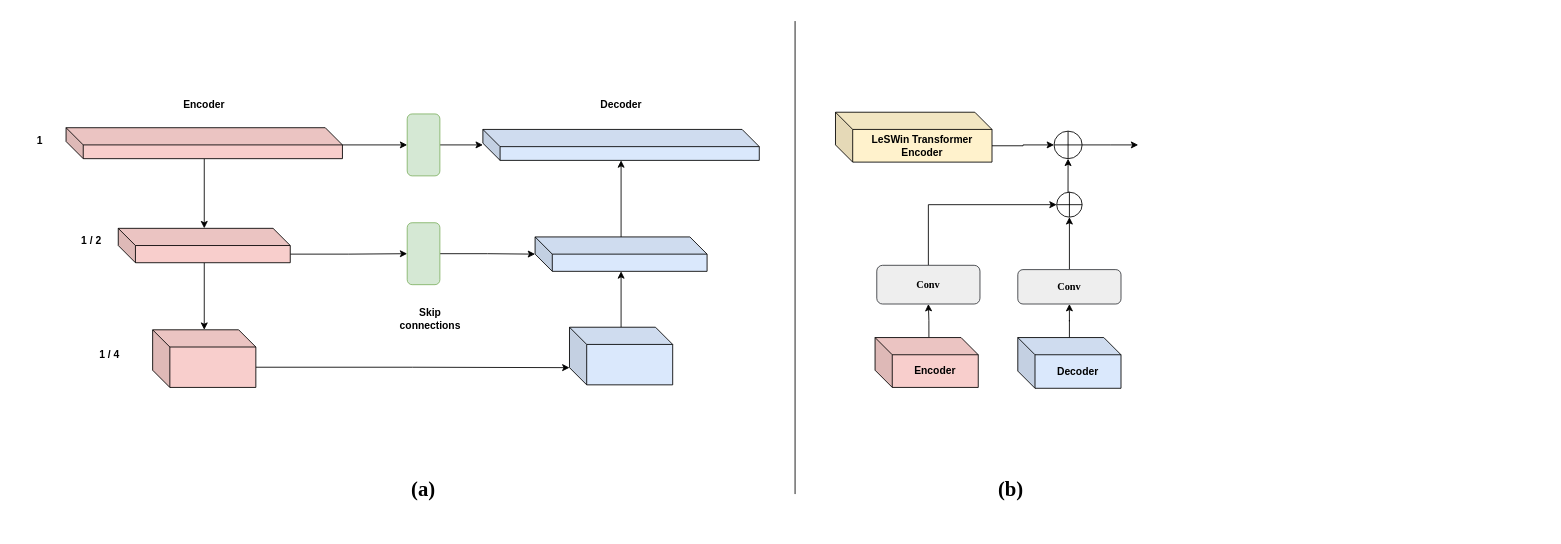
Earlier version of the draw.io diagram Supersive.drawio (user815886724/Drawio). Source tidied: cells renumbered, new cells numbered last; positions are measured from the earlier drawing's top-left corner, leaving out a move shared by most shapes. Both pictures are drawn from the tidied source at 86%, with x=0, y=0 at pixel (14, 21).
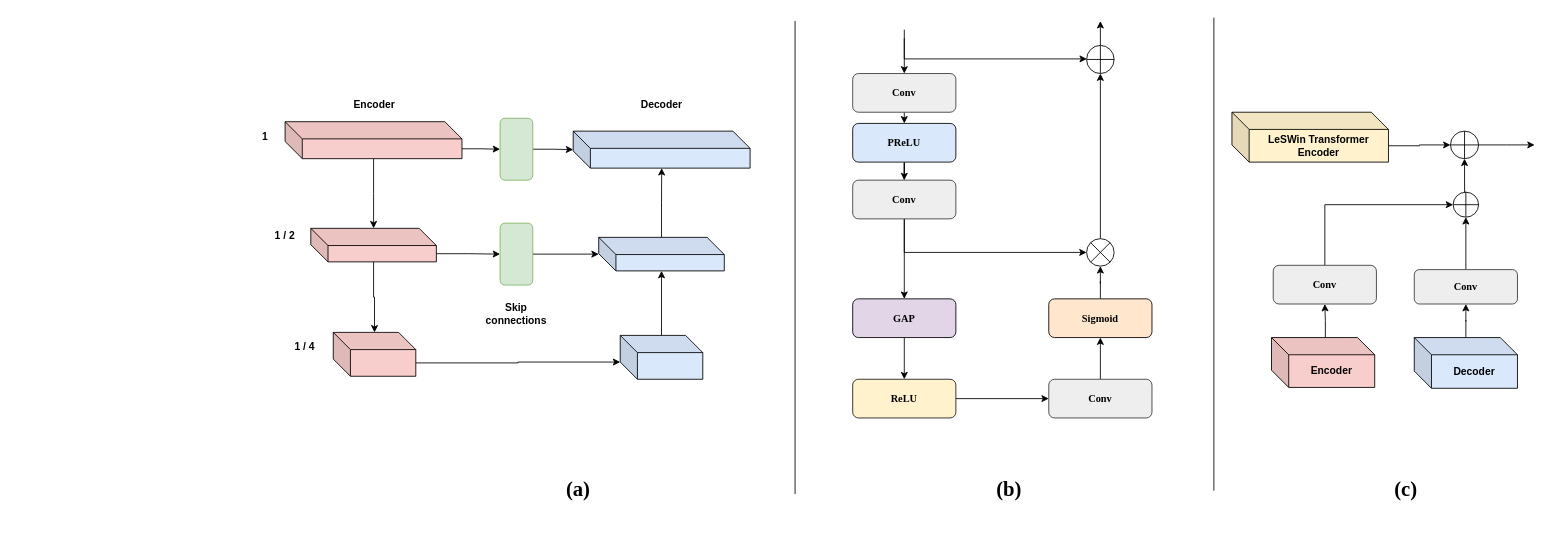
The same diagram, later.

Change to the diagram source:
```diff
@@
     <mxCell id="6" value="&lt;b&gt;Conv&lt;/b&gt;" style="rounded=1;whiteSpace=wrap;html=1;fontFamily=Times New Roman;fillColor=#eeeeee;strokeColor=#36393d;" parent="1" vertex="1">
-      <mxGeometry x="1003" y="284" width="120" height="45" as="geometry" />
+      <mxGeometry x="1464" y="284" width="120" height="45" as="geometry" />
     </mxCell>
@@
     <mxCell id="8" value="&lt;b&gt;Conv&lt;/b&gt;" style="rounded=1;whiteSpace=wrap;html=1;fontFamily=Times New Roman;strokeColor=#36393d;fillColor=#eeeeee;" parent="1" vertex="1">
-      <mxGeometry x="1167" y="289" width="120" height="40" as="geometry" />
+      <mxGeometry x="1628" y="289" width="120" height="40" as="geometry" />
     </mxCell>
@@
     <mxCell id="10" style="shape=orEllipse;perimeter=ellipsePerimeter;whiteSpace=wrap;html=1;backgroundOutline=1;fontColor=#FF170F;strokeColor=#000000;align=center;verticalAlign=top;fillColor=default;fontStyle=1;" parent="1" vertex="1">
-      <mxGeometry x="1212.2" y="199" width="29.6" height="29" as="geometry" />
+      <mxGeometry x="1673.2" y="199" width="29.6" height="29" as="geometry" />
     </mxCell>
     <mxCell id="11" style="edgeStyle=orthogonalEdgeStyle;rounded=0;jettySize=auto;html=1;exitX=1;exitY=0.5;exitDx=0;exitDy=0;fontFamily=Times New Roman;startArrow=none;startFill=0;endArrow=classic;endFill=1;" parent="1" edge="1" source="12">
       <mxGeometry relative="1" as="geometry">
-        <mxPoint x="1307" y="144" as="targetPoint" />
+        <mxPoint x="1768" y="144" as="targetPoint" />
       </mxGeometry>
     </mxCell>
     <mxCell id="12" style="shape=orEllipse;perimeter=ellipsePerimeter;whiteSpace=wrap;html=1;backgroundOutline=1;fontColor=#FF170F;strokeColor=#000000;align=center;verticalAlign=top;fillColor=default;fontStyle=1;" parent="1" vertex="1">
-      <mxGeometry x="1209.1" y="128" width="32.7" height="32" as="geometry" />
+      <mxGeometry x="1670.1" y="128" width="32.7" height="32" as="geometry" />
     </mxCell>
@@
-    <mxCell id="14" value="&lt;h1&gt;(b)&lt;/h1&gt;" style="text;html=1;strokeColor=none;fillColor=none;align=center;verticalAlign=middle;whiteSpace=wrap;rounded=0;fontFamily=Times New Roman;fontStyle=1;" parent="1" vertex="1">
-      <mxGeometry x="977" y="500" width="364" height="90" as="geometry" />
+    <mxCell id="14" value="&lt;h1&gt;(c)&lt;/h1&gt;" style="text;html=1;strokeColor=none;fillColor=none;align=center;verticalAlign=middle;whiteSpace=wrap;rounded=0;fontFamily=Times New Roman;fontStyle=1;" parent="1" vertex="1">
+      <mxGeometry x="1455" y="500" width="327" height="90" as="geometry" />
     </mxCell>
     <mxCell id="15" value="&lt;b&gt;Encoder&lt;/b&gt;" style="shape=cube;whiteSpace=wrap;html=1;boundedLbl=1;backgroundOutline=1;darkOpacity=0.05;darkOpacity2=0.1;fillColor=#f8cecc;strokeColor=#000000;" parent="1" vertex="1">
-      <mxGeometry x="1001" y="368" width="120" height="58" as="geometry" />
+      <mxGeometry x="1462" y="368" width="120" height="58" as="geometry" />
     </mxCell>
     <mxCell id="16" value="&lt;b&gt;Decoder&lt;/b&gt;" style="shape=cube;whiteSpace=wrap;html=1;boundedLbl=1;backgroundOutline=1;darkOpacity=0.05;darkOpacity2=0.1;fillColor=#dae8fc;strokeColor=#000000;" parent="1" vertex="1">
-      <mxGeometry x="1167" y="368" width="120" height="59" as="geometry" />
+      <mxGeometry x="1628" y="368" width="120" height="59" as="geometry" />
     </mxCell>
     <mxCell id="17" value="&lt;b&gt;LeSWin Transformer Encoder&lt;/b&gt;" style="shape=cube;whiteSpace=wrap;html=1;boundedLbl=1;backgroundOutline=1;darkOpacity=0.05;darkOpacity2=0.1;fillColor=#fff2cc;strokeColor=#000000;" parent="1" vertex="1">
-      <mxGeometry x="955" y="106" width="182" height="58" as="geometry" />
+      <mxGeometry x="1416" y="106" width="182" height="58" as="geometry" />
     </mxCell>
-    <mxCell id="18" style="edgeStyle=orthogonalEdgeStyle;rounded=0;jettySize=auto;html=1;exitX=0;exitY=0;exitDx=120;exitDy=43.5;exitPerimeter=0;entryX=0;entryY=0;entryDx=0;entryDy=47;entryPerimeter=0;" parent="1" edge="1" source="19" target="21">
+    <mxCell id="18" style="edgeStyle=orthogonalEdgeStyle;rounded=0;jettySize=auto;html=1;exitX=0;exitY=0;exitDx=95.99999999999999;exitDy=35.5;exitPerimeter=0;entryX=0;entryY=0;entryDx=0;entryDy=31;entryPerimeter=0;" parent="1" edge="1" source="19" target="21">
       <mxGeometry relative="1" as="geometry" />
     </mxCell>
     <mxCell id="19" style="shape=cube;whiteSpace=wrap;html=1;boundedLbl=1;backgroundOutline=1;darkOpacity=0.05;darkOpacity2=0.1;fillColor=#f8cecc;strokeColor=#000000;" parent="1" vertex="1">
-      <mxGeometry x="161" y="359" width="120" height="67" as="geometry" />
+      <mxGeometry x="371" y="362" width="96" height="51" as="geometry" />
     </mxCell>
@@
     <mxCell id="21" style="shape=cube;whiteSpace=wrap;html=1;boundedLbl=1;backgroundOutline=1;darkOpacity=0.05;darkOpacity2=0.1;fillColor=#dae8fc;strokeColor=#000000;" parent="1" vertex="1">
-      <mxGeometry x="645.7" y="356" width="120" height="67" as="geometry" />
+      <mxGeometry x="704.7" y="365.5" width="96" height="51" as="geometry" />
     </mxCell>
@@
-    <mxCell id="23" style="edgeStyle=orthogonalEdgeStyle;rounded=0;jettySize=auto;html=1;exitX=0;exitY=0;exitDx=200;exitDy=30;exitPerimeter=0;" parent="1" edge="1" source="24" target="39">
+    <mxCell id="23" style="edgeStyle=orthogonalEdgeStyle;rounded=0;jettySize=auto;html=1;exitX=0;exitY=0;exitDx=146;exitDy=29.5;exitPerimeter=0;" parent="1" edge="1" source="24" target="39">
       <mxGeometry relative="1" as="geometry" />
     </mxCell>
     <mxCell id="24" style="shape=cube;whiteSpace=wrap;html=1;boundedLbl=1;backgroundOutline=1;darkOpacity=0.05;darkOpacity2=0.1;fillColor=#f8cecc;strokeColor=#000000;" parent="1" vertex="1">
-      <mxGeometry x="121" y="241" width="200" height="40" as="geometry" />
+      <mxGeometry x="344.9" y="241" width="146" height="39" as="geometry" />
     </mxCell>
@@
-    <mxCell id="26" style="edgeStyle=orthogonalEdgeStyle;rounded=0;jettySize=auto;html=1;exitX=0;exitY=0;exitDx=321.43;exitDy=20;exitPerimeter=0;entryX=0;entryY=0.5;entryDx=0;entryDy=0;" parent="1" edge="1" source="27" target="37">
+    <mxCell id="26" style="edgeStyle=orthogonalEdgeStyle;rounded=0;jettySize=auto;html=1;exitX=0;exitY=0;exitDx=205.70999999999998;exitDy=31.5;exitPerimeter=0;entryX=0;entryY=0.5;entryDx=0;entryDy=0;" parent="1" edge="1" source="27" target="37">
       <mxGeometry relative="1" as="geometry" />
     </mxCell>
     <mxCell id="27" style="shape=cube;whiteSpace=wrap;html=1;boundedLbl=1;backgroundOutline=1;darkOpacity=0.05;darkOpacity2=0.1;fillColor=#f8cecc;strokeColor=#000000;" parent="1" vertex="1">
-      <mxGeometry x="60.3" y="124" width="321.4" height="36" as="geometry" />
+      <mxGeometry x="315" y="117" width="205.7" height="43" as="geometry" />
     </mxCell>
     <mxCell id="28" value="&lt;b&gt;1&lt;/b&gt;" style="text;html=1;strokeColor=none;fillColor=none;align=center;verticalAlign=middle;whiteSpace=wrap;rounded=0;" parent="1" vertex="1">
-      <mxGeometry x="0.3" y="124" width="60" height="30" as="geometry" />
+      <mxGeometry x="262" y="120" width="60" height="30" as="geometry" />
     </mxCell>
     <mxCell id="29" value="&lt;b&gt;1 / 2&lt;/b&gt;" style="text;html=1;strokeColor=none;fillColor=none;align=center;verticalAlign=middle;whiteSpace=wrap;rounded=0;" parent="1" vertex="1">
-      <mxGeometry x="60.3" y="241" width="60" height="30" as="geometry" />
+      <mxGeometry x="284.9" y="235" width="60" height="30" as="geometry" />
     </mxCell>
     <mxCell id="30" value="&lt;b&gt;1 / 4&lt;/b&gt;" style="text;html=1;strokeColor=none;fillColor=none;align=center;verticalAlign=middle;whiteSpace=wrap;rounded=0;" parent="1" vertex="1">
-      <mxGeometry x="81" y="373" width="60" height="30" as="geometry" />
+      <mxGeometry x="308" y="364" width="60" height="30" as="geometry" />
     </mxCell>
     <mxCell id="31" value="&lt;b&gt;Encoder&lt;/b&gt;" style="text;html=1;strokeColor=none;fillColor=none;align=center;verticalAlign=middle;whiteSpace=wrap;rounded=0;" parent="1" vertex="1">
-      <mxGeometry x="191" y="83" width="60" height="30" as="geometry" />
+      <mxGeometry x="389" y="83" width="60" height="30" as="geometry" />
     </mxCell>
@@
     <mxCell id="33" style="shape=cube;whiteSpace=wrap;html=1;boundedLbl=1;backgroundOutline=1;darkOpacity=0.05;darkOpacity2=0.1;fillColor=#dae8fc;strokeColor=#000000;" parent="1" vertex="1">
-      <mxGeometry x="605.7" y="251" width="200" height="40" as="geometry" />
+      <mxGeometry x="679.7" y="251.5" width="146" height="39" as="geometry" />
     </mxCell>
     <mxCell id="34" style="shape=cube;whiteSpace=wrap;html=1;boundedLbl=1;backgroundOutline=1;darkOpacity=0.05;darkOpacity2=0.1;fillColor=#dae8fc;strokeColor=#000000;" parent="1" vertex="1">
-      <mxGeometry x="545" y="126" width="321.4" height="36" as="geometry" />
+      <mxGeometry x="650" y="128" width="205.7" height="43" as="geometry" />
     </mxCell>
     <mxCell id="35" value="&lt;b&gt;Decoder&lt;/b&gt;" style="text;html=1;strokeColor=none;fillColor=none;align=center;verticalAlign=middle;whiteSpace=wrap;rounded=0;" parent="1" vertex="1">
-      <mxGeometry x="675.7" y="83" width="60" height="30" as="geometry" />
+      <mxGeometry x="722.7" y="83" width="60" height="30" as="geometry" />
     </mxCell>
@@
     <mxCell id="37" style="rounded=1;whiteSpace=wrap;html=1;strokeColor=#82b366;fillColor=#d5e8d4;" parent="1" vertex="1">
-      <mxGeometry x="457" y="108" width="38" height="72" as="geometry" />
+      <mxGeometry x="565" y="113" width="38" height="72" as="geometry" />
     </mxCell>
@@
     <mxCell id="39" style="rounded=1;whiteSpace=wrap;html=1;strokeColor=#82b366;fillColor=#d5e8d4;" parent="1" vertex="1">
-      <mxGeometry x="457" y="234.5" width="38" height="72" as="geometry" />
+      <mxGeometry x="565" y="235" width="38" height="72" as="geometry" />
     </mxCell>
     <mxCell id="40" value="&lt;b&gt;Skip connections&lt;/b&gt;" style="text;html=1;strokeColor=none;fillColor=none;align=center;verticalAlign=middle;whiteSpace=wrap;rounded=0;" parent="1" vertex="1">
-      <mxGeometry x="454" y="332" width="60" height="30" as="geometry" />
+      <mxGeometry x="554" y="326" width="60" height="30" as="geometry" />
     </mxCell>
     <mxCell id="41" value="&lt;h1&gt;(a)&lt;/h1&gt;" style="text;html=1;strokeColor=none;fillColor=none;align=center;verticalAlign=middle;whiteSpace=wrap;rounded=0;fontFamily=Times New Roman;fontStyle=1;" parent="1" vertex="1">
-      <mxGeometry x="294" y="500" width="364" height="90" as="geometry" />
+      <mxGeometry x="474" y="500" width="364" height="90" as="geometry" />
     </mxCell>
+    <mxCell id="42" style="endArrow=none;html=1;rounded=0;fontStyle=1;" parent="1" edge="1">
+      <mxGeometry relative="1" as="geometry">
+        <mxPoint x="1395" y="546" as="sourcePoint" />
+        <mxPoint x="1395" y="-4" as="targetPoint" />
+      </mxGeometry>
+    </mxCell>
+    <mxCell id="43" value="&lt;h1&gt;(b)&lt;/h1&gt;" style="text;html=1;strokeColor=none;fillColor=none;align=center;verticalAlign=middle;whiteSpace=wrap;rounded=0;fontFamily=Times New Roman;fontStyle=1;" parent="1" vertex="1">
+      <mxGeometry x="975" y="500" width="364" height="90" as="geometry" />
+    </mxCell>
+    <mxCell id="44" style="edgeStyle=orthogonalEdgeStyle;rounded=0;jettySize=auto;html=1;exitX=0.5;exitY=1;exitDx=0;exitDy=0;entryX=0.5;entryY=0;entryDx=0;entryDy=0;" parent="1" edge="1" source="46" target="48">
+      <mxGeometry relative="1" as="geometry" />
+    </mxCell>
+    <mxCell id="45" style="edgeStyle=orthogonalEdgeStyle;rounded=0;jettySize=auto;html=1;exitX=0.5;exitY=0;exitDx=0;exitDy=0;endArrow=none;endFill=0;startArrow=classic;startFill=1;" parent="1" edge="1" source="46">
+      <mxGeometry relative="1" as="geometry">
+        <mxPoint x="1035" y="10" as="targetPoint" />
+        <Array as="points">
+          <mxPoint x="1035" y="10" />
+          <mxPoint x="1035" y="10" />
+        </Array>
+      </mxGeometry>
+    </mxCell>
+    <mxCell id="46" value="&lt;b&gt;Conv&lt;/b&gt;" style="rounded=1;whiteSpace=wrap;html=1;fontFamily=Times New Roman;fillColor=#eeeeee;strokeColor=#36393d;" parent="1" vertex="1">
+      <mxGeometry x="975" y="61" width="120" height="45" as="geometry" />
+    </mxCell>
+    <mxCell id="47" style="edgeStyle=orthogonalEdgeStyle;rounded=0;jettySize=auto;html=1;" parent="1" edge="1" source="48" target="51">
+      <mxGeometry relative="1" as="geometry" />
+    </mxCell>
+    <mxCell id="48" value="&lt;b&gt;PReLU&lt;/b&gt;" style="rounded=1;whiteSpace=wrap;html=1;fontFamily=Times New Roman;fillColor=#dae8fc;strokeColor=#000000;" parent="1" vertex="1">
+      <mxGeometry x="975" y="119" width="120" height="45" as="geometry" />
+    </mxCell>
+    <mxCell id="49" style="edgeStyle=orthogonalEdgeStyle;rounded=0;jettySize=auto;html=1;" parent="1" edge="1" source="51" target="53">
+      <mxGeometry relative="1" as="geometry" />
+    </mxCell>
+    <mxCell id="50" style="edgeStyle=orthogonalEdgeStyle;rounded=0;jettySize=auto;html=1;exitX=0.5;exitY=1;exitDx=0;exitDy=0;entryX=0;entryY=0.5;entryDx=0;entryDy=0;entryPerimeter=0;" parent="1" edge="1" source="51" target="61">
+      <mxGeometry relative="1" as="geometry" />
+    </mxCell>
+    <mxCell id="51" value="&lt;b&gt;Conv&lt;/b&gt;" style="rounded=1;whiteSpace=wrap;html=1;fontFamily=Times New Roman;fillColor=#eeeeee;strokeColor=#36393d;" parent="1" vertex="1">
+      <mxGeometry x="975" y="185" width="120" height="45" as="geometry" />
+    </mxCell>
+    <mxCell id="52" style="edgeStyle=orthogonalEdgeStyle;rounded=0;jettySize=auto;html=1;" parent="1" edge="1" source="53" target="55">
+      <mxGeometry relative="1" as="geometry" />
+    </mxCell>
+    <mxCell id="53" value="&lt;b&gt;GAP&lt;/b&gt;" style="rounded=1;whiteSpace=wrap;html=1;fontFamily=Times New Roman;fillColor=#e1d5e7;strokeColor=#000000;" parent="1" vertex="1">
+      <mxGeometry x="975" y="323" width="120" height="45" as="geometry" />
+    </mxCell>
+    <mxCell id="54" style="edgeStyle=orthogonalEdgeStyle;rounded=0;jettySize=auto;html=1;" parent="1" edge="1" source="55" target="57">
+      <mxGeometry relative="1" as="geometry" />
+    </mxCell>
+    <mxCell id="55" value="&lt;b&gt;ReLU&lt;/b&gt;" style="rounded=1;whiteSpace=wrap;html=1;fontFamily=Times New Roman;fillColor=#fff2cc;strokeColor=#1A1A1A;" parent="1" vertex="1">
+      <mxGeometry x="975" y="416.5" width="120" height="45" as="geometry" />
+    </mxCell>
+    <mxCell id="56" style="edgeStyle=orthogonalEdgeStyle;rounded=0;jettySize=auto;html=1;" parent="1" edge="1" source="57" target="59">
+      <mxGeometry relative="1" as="geometry" />
+    </mxCell>
+    <mxCell id="57" value="&lt;b&gt;Conv&lt;/b&gt;" style="rounded=1;whiteSpace=wrap;html=1;fontFamily=Times New Roman;fillColor=#eeeeee;strokeColor=#36393d;" parent="1" vertex="1">
+      <mxGeometry x="1203" y="416.5" width="120" height="45" as="geometry" />
+    </mxCell>
+    <mxCell id="58" style="edgeStyle=orthogonalEdgeStyle;rounded=0;jettySize=auto;html=1;" parent="1" edge="1" source="59" target="61">
+      <mxGeometry relative="1" as="geometry" />
+    </mxCell>
+    <mxCell id="59" value="&lt;b&gt;Sigmoid&lt;/b&gt;" style="rounded=1;whiteSpace=wrap;html=1;fontFamily=Times New Roman;fillColor=#ffe6cc;strokeColor=#000000;" parent="1" vertex="1">
+      <mxGeometry x="1203" y="323" width="120" height="45" as="geometry" />
+    </mxCell>
+    <mxCell id="60" style="edgeStyle=orthogonalEdgeStyle;rounded=0;jettySize=auto;html=1;" parent="1" edge="1" source="61" target="63">
+      <mxGeometry relative="1" as="geometry" />
+    </mxCell>
+    <mxCell id="61" style="verticalLabelPosition=bottom;verticalAlign=top;html=1;shape=mxgraph.flowchart.or;rounded=1;" parent="1" vertex="1">
+      <mxGeometry x="1247" y="253" width="32" height="32" as="geometry" />
+    </mxCell>
+    <mxCell id="62" style="edgeStyle=orthogonalEdgeStyle;rounded=0;jettySize=auto;html=1;exitX=0;exitY=0.5;exitDx=0;exitDy=0;startArrow=none;startFill=0;endArrow=classic;endFill=1;" parent="1" edge="1" source="63">
+      <mxGeometry relative="1" as="geometry">
+        <mxPoint x="1263" as="targetPoint" />
+      </mxGeometry>
+    </mxCell>
+    <mxCell id="63" style="shape=orEllipse;perimeter=ellipsePerimeter;whiteSpace=wrap;html=1;backgroundOutline=1;fontColor=#FF170F;strokeColor=#000000;align=center;verticalAlign=top;fillColor=default;fontStyle=1;direction=south;" parent="1" vertex="1">
+      <mxGeometry x="1247" y="28.3" width="32" height="32.7" as="geometry" />
+    </mxCell>
+    <mxCell id="64" style="edgeStyle=orthogonalEdgeStyle;rounded=0;jettySize=auto;html=1;startArrow=none;startFill=0;endArrow=classic;endFill=1;entryX=0.48;entryY=0.991;entryDx=0;entryDy=0;entryPerimeter=0;" parent="1" edge="1" target="63">
+      <mxGeometry relative="1" as="geometry">
+        <mxPoint x="1035" y="20" as="sourcePoint" />
+        <Array as="points">
+          <mxPoint x="1035" y="44" />
+        </Array>
+      </mxGeometry>
+    </mxCell>
```
